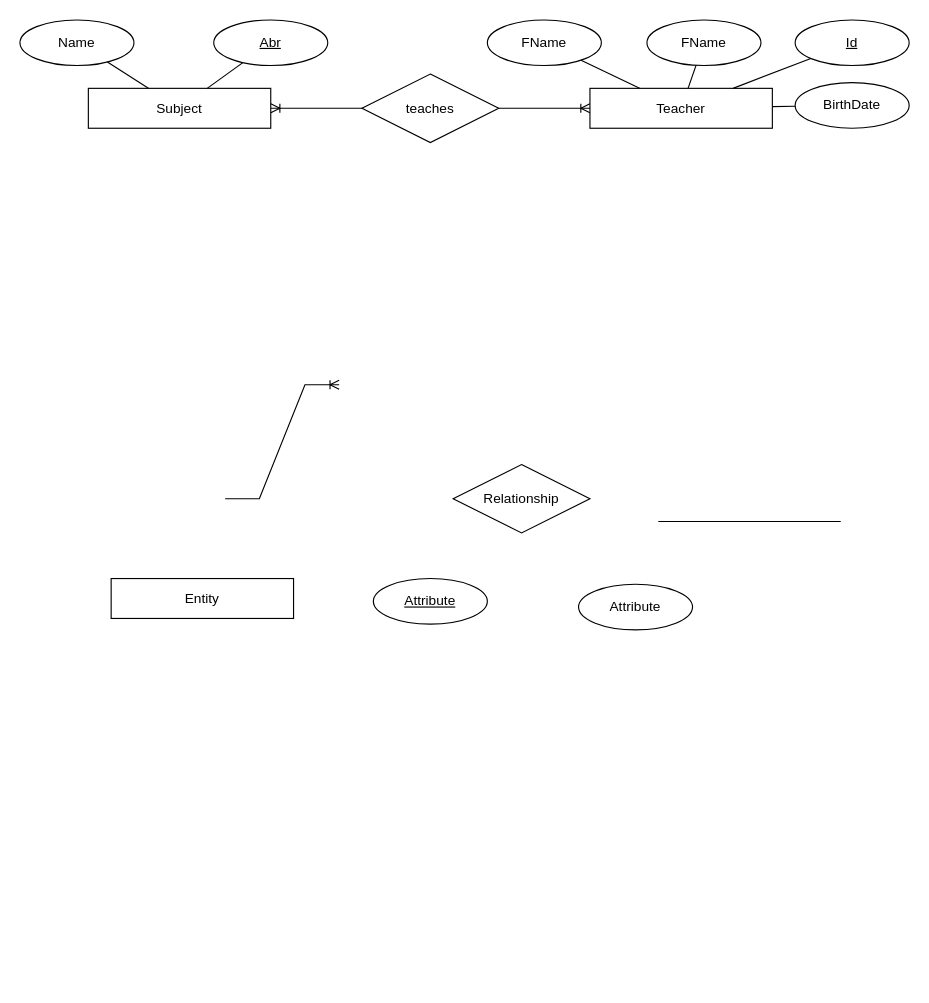
elma1989/teach keeps this draw.io diagram as er.drawio. Above is the earlier version. Source tidied: cells renumbered, new cells numbered last; positions are measured from the earlier drawing's top-left corner, leaving out a move shared by most shapes. Both pictures are drawn from the tidied source at 114%, with x=0, y=0 at pixel (19, 19).
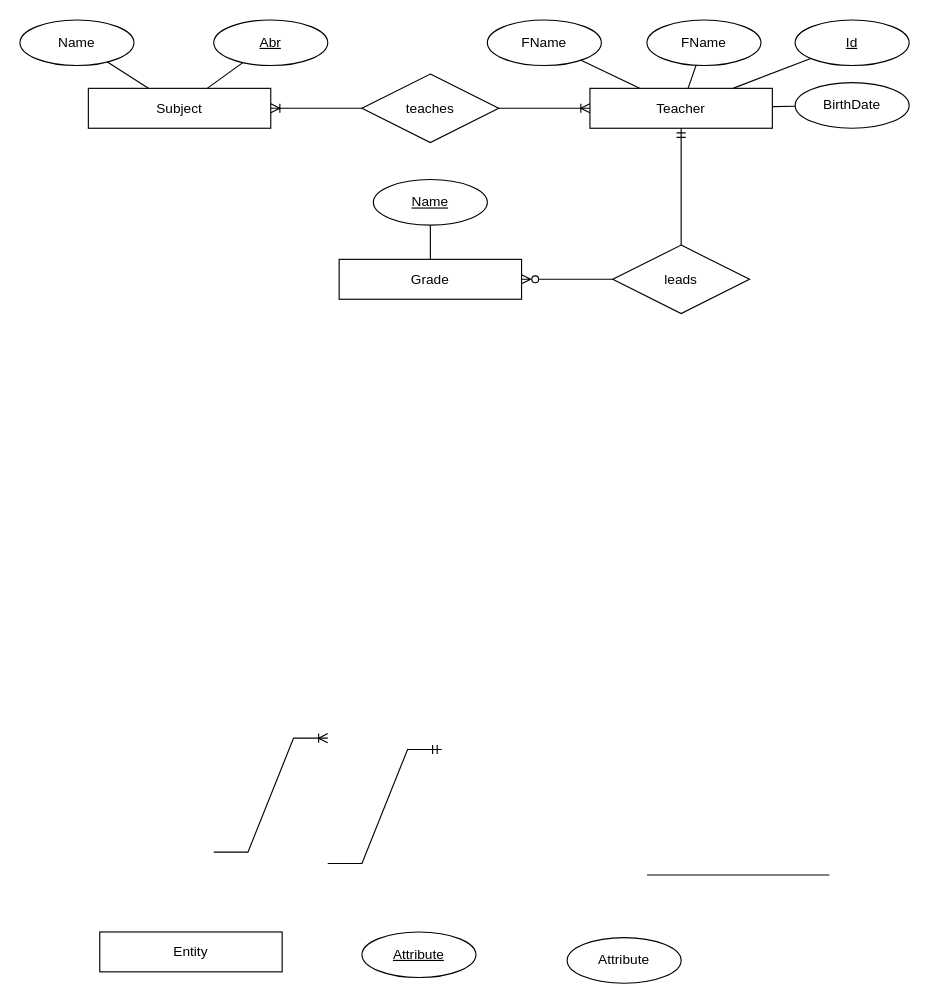
The same diagram, later.

The change refers to these unchanged cells:
```xml
<mxCell id="11" value="Teacher" style="whiteSpace=wrap;html=1;align=center;" parent="1" vertex="1">
  <mxGeometry x="500" y="60" width="160" height="35" as="geometry" />
</mxCell>
```

The edit, as a diff of the source:
```diff
@@
     <mxCell id="2" value="Entity" style="whiteSpace=wrap;html=1;align=center;" parent="1" vertex="1">
-      <mxGeometry x="80" y="490" width="160" height="35" as="geometry" />
+      <mxGeometry x="70" y="800" width="160" height="35" as="geometry" />
     </mxCell>
@@
     <mxCell id="4" value="Attribute" style="ellipse;whiteSpace=wrap;html=1;align=center;fontStyle=4;" parent="1" vertex="1">
-      <mxGeometry x="310" y="490" width="100" height="40" as="geometry" />
+      <mxGeometry x="300" y="800" width="100" height="40" as="geometry" />
     </mxCell>
@@
     <mxCell id="6" value="Attribute" style="ellipse;whiteSpace=wrap;html=1;align=center;" parent="1" vertex="1">
-      <mxGeometry x="490" y="495" width="100" height="40" as="geometry" />
+      <mxGeometry x="480" y="805" width="100" height="40" as="geometry" />
     </mxCell>
@@
     <mxCell id="8" style="endArrow=none;html=1;rounded=0;" parent="1" edge="1">
       <mxGeometry relative="1" as="geometry">
-        <mxPoint x="560" y="440" as="sourcePoint" />
-        <mxPoint x="720" y="440" as="targetPoint" />
+        <mxPoint x="550" y="750" as="sourcePoint" />
+        <mxPoint x="710" y="750" as="targetPoint" />
       </mxGeometry>
     </mxCell>
@@
-    <mxCell id="20" value="Relationship" style="shape=rhombus;perimeter=rhombusPerimeter;whiteSpace=wrap;html=1;align=center;" parent="1" vertex="1">
-      <mxGeometry x="380" y="390" width="120" height="60" as="geometry" />
+    <mxCell id="20" value="leads" style="shape=rhombus;perimeter=rhombusPerimeter;whiteSpace=wrap;html=1;align=center;" parent="1" vertex="1">
+      <mxGeometry x="520" y="197.5" width="120" height="60" as="geometry" />
     </mxCell>
@@
     <mxCell id="22" style="edgeStyle=entityRelationEdgeStyle;fontSize=12;html=1;endArrow=ERoneToMany;rounded=0;" parent="1" edge="1">
       <mxGeometry relative="1" as="geometry">
-        <mxPoint x="180" y="420" as="sourcePoint" />
-        <mxPoint x="280" y="320" as="targetPoint" />
+        <mxPoint x="170" y="730" as="sourcePoint" />
+        <mxPoint x="270" y="630" as="targetPoint" />
       </mxGeometry>
     </mxCell>
@@
+    <mxCell id="25" value="Grade" style="whiteSpace=wrap;html=1;align=center;" parent="1" vertex="1">
+      <mxGeometry x="280" y="210" width="160" height="35" as="geometry" />
+    </mxCell>
+    <mxCell id="26" value="Name" style="ellipse;whiteSpace=wrap;html=1;align=center;fontStyle=4;" parent="1" vertex="1">
+      <mxGeometry x="310" y="140" width="100" height="40" as="geometry" />
+    </mxCell>
+    <mxCell id="27" style="endArrow=none;html=1;rounded=0;" parent="1" edge="1" source="25" target="26">
+      <mxGeometry relative="1" as="geometry" />
+    </mxCell>
+    <mxCell id="28" style="edgeStyle=entityRelationEdgeStyle;fontSize=12;html=1;endArrow=ERmandOne;rounded=0;" parent="1" edge="1">
+      <mxGeometry relative="1" as="geometry">
+        <mxPoint x="270" y="740" as="sourcePoint" />
+        <mxPoint x="370" y="640" as="targetPoint" />
+      </mxGeometry>
+    </mxCell>
+    <mxCell id="29" style="edgeStyle=orthogonalEdgeStyle;fontSize=12;html=1;endArrow=ERmandOne;rounded=0;" parent="1" edge="1" source="20" target="11">
+      <mxGeometry relative="1" as="geometry" />
+    </mxCell>
+    <mxCell id="30" style="edgeStyle=entityRelationEdgeStyle;fontSize=12;html=1;endArrow=ERzeroToMany;rounded=0;endFill=0;" parent="1" edge="1" source="20" target="25">
+      <mxGeometry relative="1" as="geometry" />
+    </mxCell>
```
